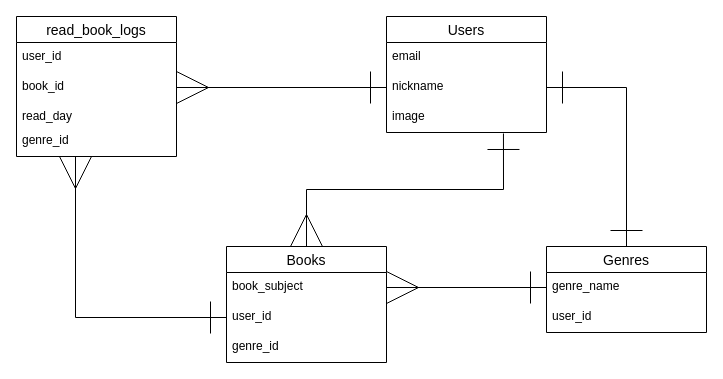
Before: ERfigure.dio in sam-19950315/YOMEBA, a draw.io diagram. Source tidied: cells renumbered, new cells numbered last; positions are measured from the earlier drawing's top-left corner, leaving out a move shared by most shapes. Both pictures are drawn from the tidied source at 100%, with x=0, y=0 at pixel (16, 16).
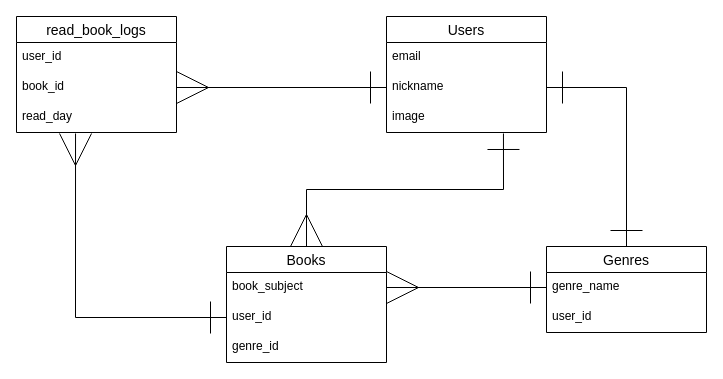
After the change.

The change refers to these unchanged cells:
```xml
<mxCell id="9" value="user_id" style="text;strokeColor=none;fillColor=none;spacingLeft=4;spacingRight=4;overflow=hidden;points=[[0,0.5],[1,0.5]];portConstraint=eastwest;fontSize=12;" parent="7" vertex="1">
  <mxGeometry y="56" width="160" height="30" as="geometry" />
</mxCell>
```

Change to the diagram source:
```diff
@@
     <mxCell id="16" value="read_book_logs" style="swimlane;fontStyle=0;horizontal=1;startSize=26;align=center;fontSize=14;" parent="1" vertex="1">
-      <mxGeometry width="160" height="140" as="geometry" />
+      <mxGeometry width="160" height="116" as="geometry" />
     </mxCell>
@@
     <mxCell id="19" value="read_day" style="text;strokeColor=none;fillColor=none;spacingLeft=4;spacingRight=4;overflow=hidden;points=[[0,0.5],[1,0.5]];portConstraint=eastwest;fontSize=12;" parent="16" vertex="1">
-      <mxGeometry y="86" width="160" height="24" as="geometry" />
+      <mxGeometry y="86" width="160" height="30" as="geometry" />
     </mxCell>
-    <mxCell id="20" value="genre_id" style="text;strokeColor=none;fillColor=none;spacingLeft=4;spacingRight=4;overflow=hidden;fontSize=12;" parent="16" vertex="1">
-      <mxGeometry y="110" width="160" height="30" as="geometry" />
-    </mxCell>
@@
-    <mxCell id="22" style="edgeStyle=orthogonalEdgeStyle;rounded=0;jettySize=auto;html=1;startArrow=ERone;startFill=0;endArrow=ERmany;endFill=0;startSize=30;endSize=30;" parent="1" edge="1" source="9">
+    <mxCell id="22" style="edgeStyle=orthogonalEdgeStyle;rounded=0;jettySize=auto;html=1;entryX=0.369;entryY=1.033;entryDx=0;entryDy=0;entryPerimeter=0;startArrow=ERone;startFill=0;endArrow=ERmany;endFill=0;startSize=30;endSize=30;" parent="1" edge="1" source="9" target="19">
       <mxGeometry relative="1" as="geometry">
-        <mxPoint x="59" y="140" as="targetPoint" />
         <Array as="points">
           <mxPoint x="59" y="301" />
         </Array>
       </mxGeometry>
     </mxCell>
```
